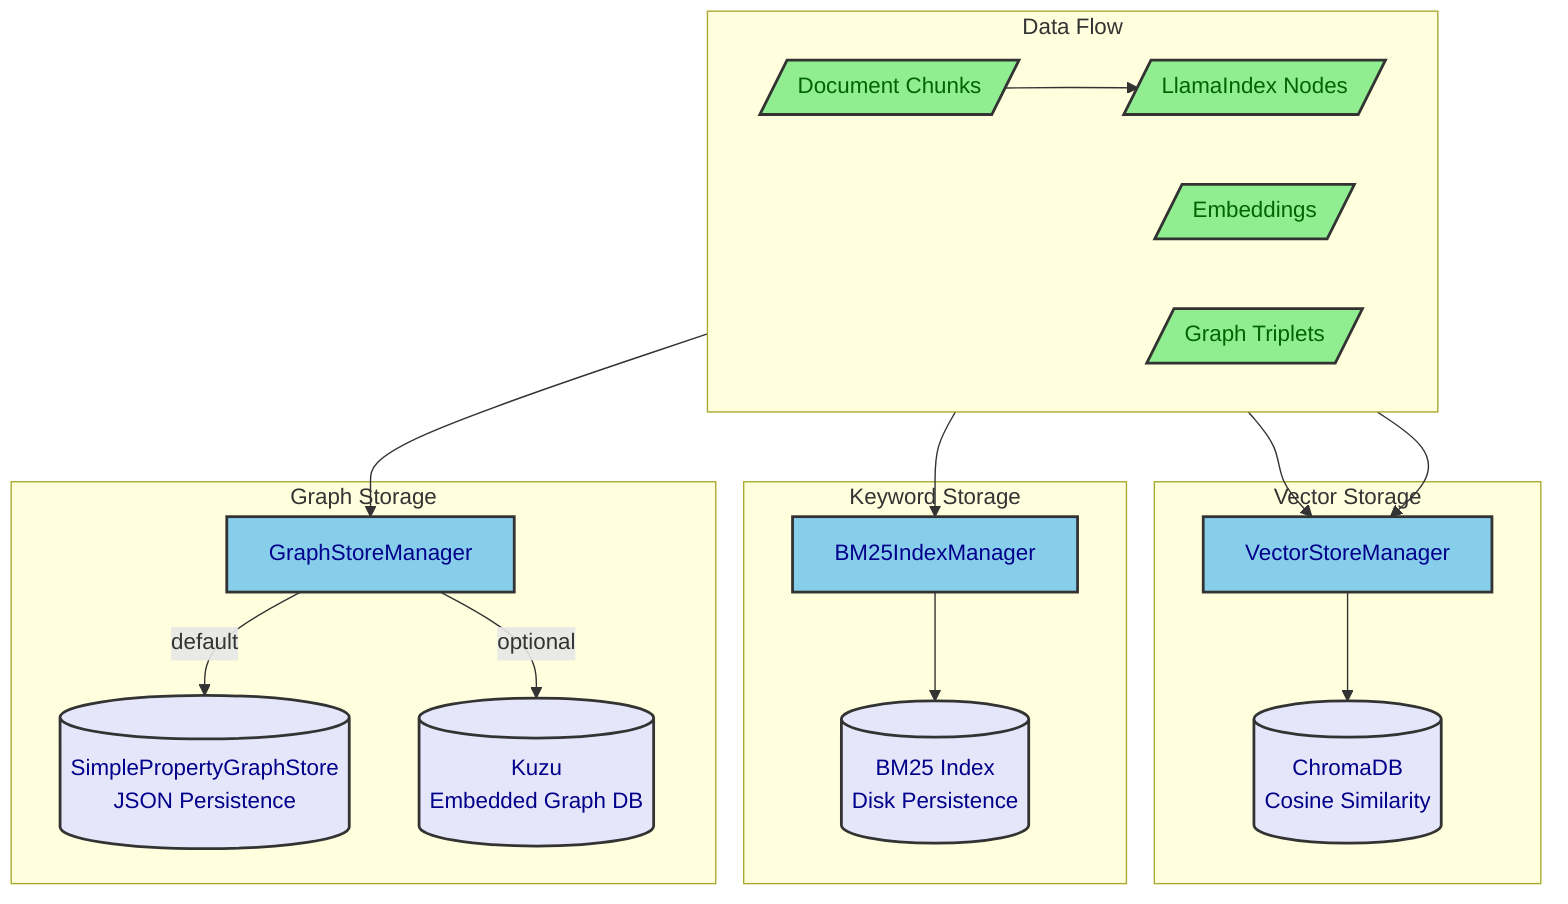
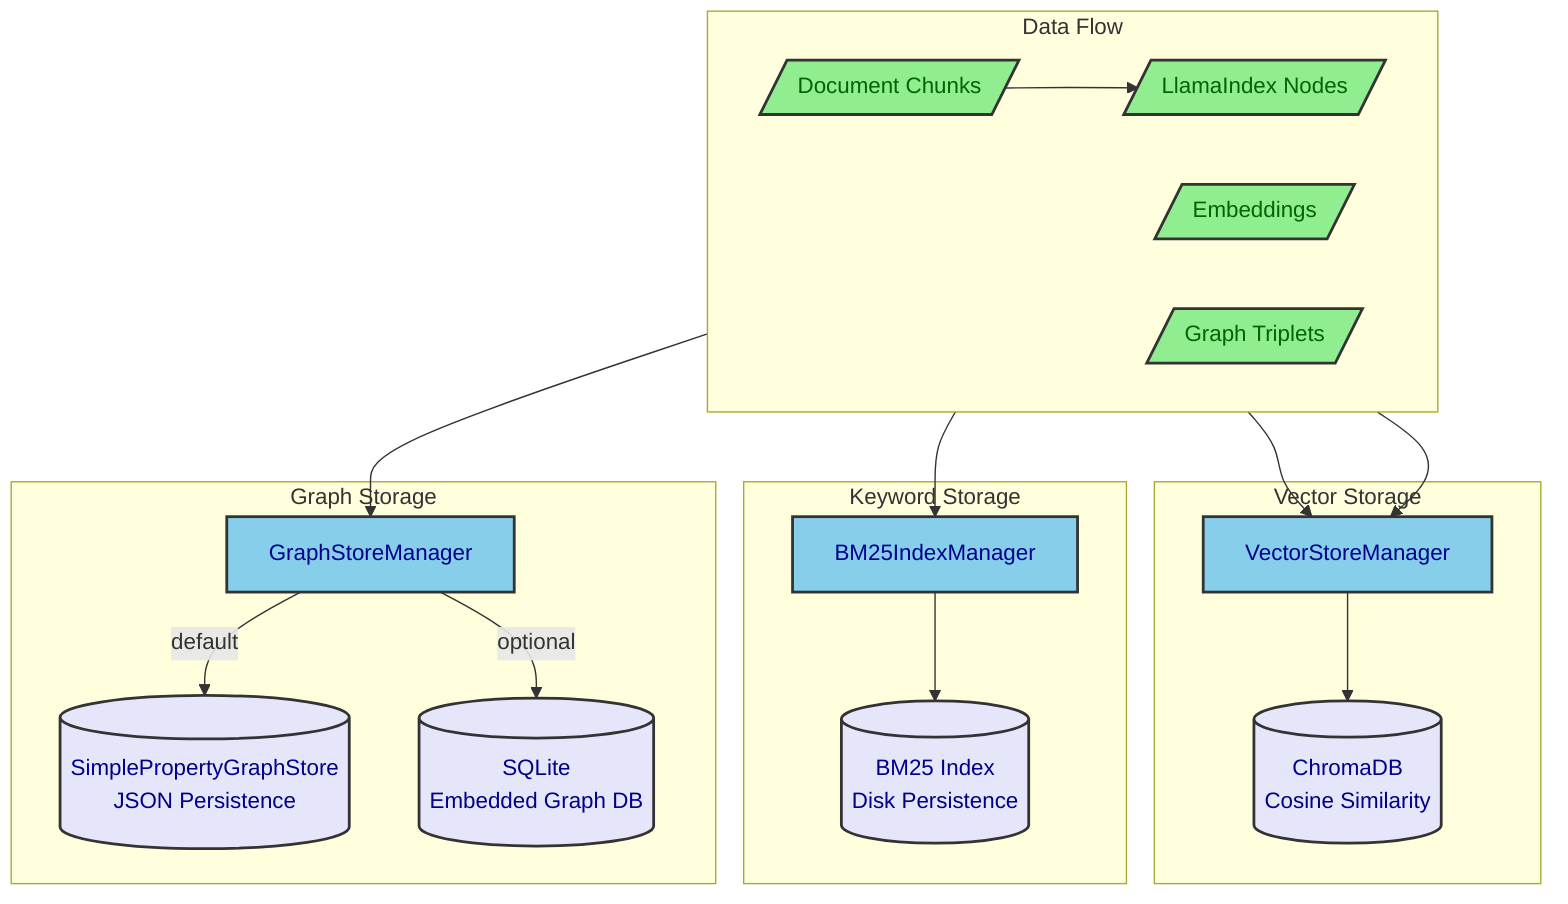
flowchart TB
    subgraph DataFlow["Data Flow"]
        direction LR
        Chunks[/Document Chunks/]
        Embeddings[/Embeddings/]
        Nodes[/LlamaIndex Nodes/]
        Triplets[/Graph Triplets/]
    end

    subgraph VectorLayer["Vector Storage"]
        VectorManager[VectorStoreManager]
        ChromaDB[(ChromaDB<br/>Cosine Similarity)]
    end

    subgraph KeywordLayer["Keyword Storage"]
        BM25Manager[BM25IndexManager]
        BM25Index[(BM25 Index<br/>Disk Persistence)]
    end

    subgraph GraphLayer["Graph Storage"]
        GraphManager[GraphStoreManager]
        SimpleStore[(SimplePropertyGraphStore<br/>JSON Persistence)]
-         KuzuStore[(Kuzu<br/>Embedded Graph DB)]
+         SQLiteStore[(SQLite<br/>Embedded Graph DB)]
    end

    Chunks --> VectorManager
    Embeddings --> VectorManager
    VectorManager --> ChromaDB

    Chunks --> Nodes
    Nodes --> BM25Manager
    BM25Manager --> BM25Index

    Triplets --> GraphManager
    GraphManager -->|"default"| SimpleStore
-     GraphManager -->|"optional"| KuzuStore
+     GraphManager -->|"optional"| SQLiteStore

    classDef data fill:#90EE90,stroke:#333,stroke-width:2px,color:darkgreen
    classDef manager fill:#87CEEB,stroke:#333,stroke-width:2px,color:darkblue
    classDef storage fill:#E6E6FA,stroke:#333,stroke-width:2px,color:darkblue

    class Chunks,Embeddings,Nodes,Triplets data
    class VectorManager,BM25Manager,GraphManager manager
-     class ChromaDB,BM25Index,SimpleStore,KuzuStore storage+     class ChromaDB,BM25Index,SimpleStore,SQLiteStore storage